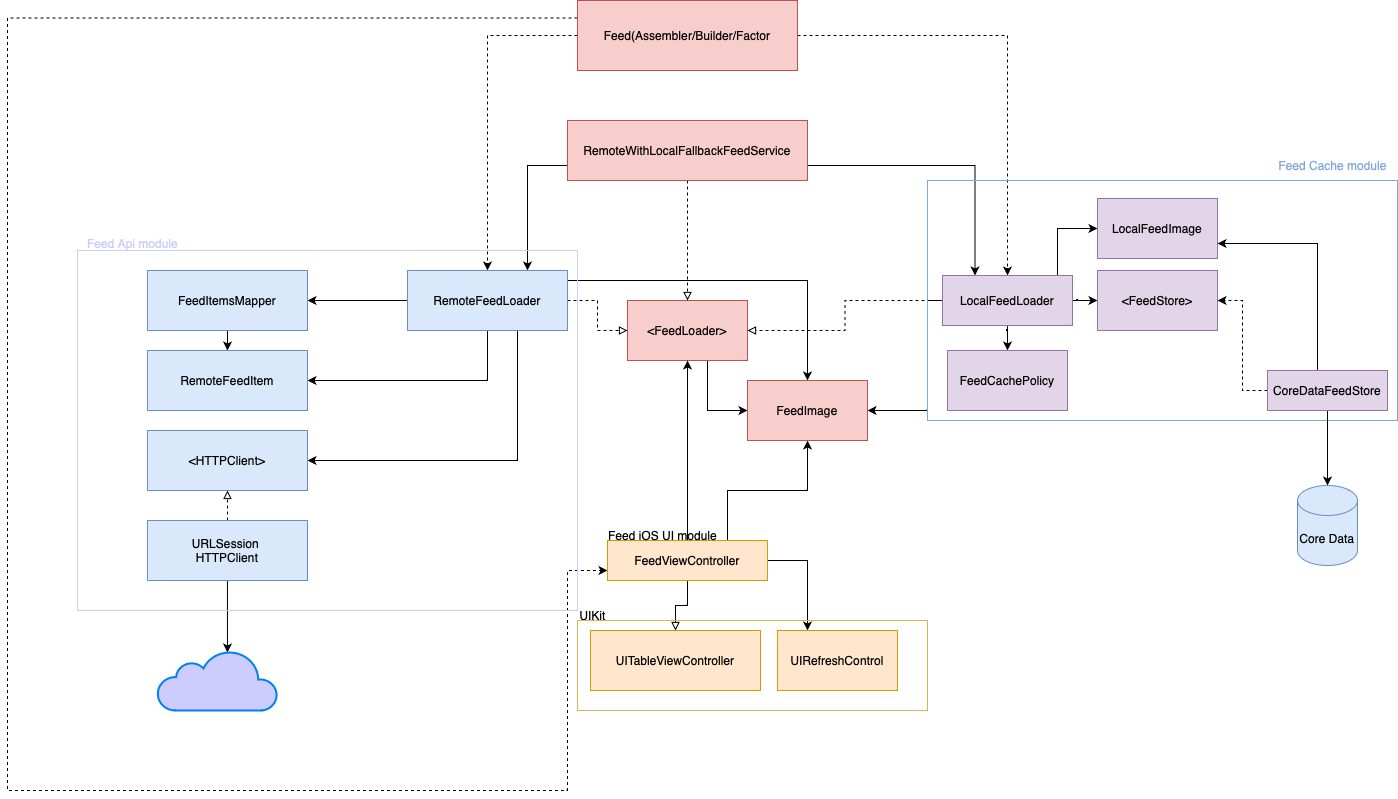
The draw.io diagram Diagrams/Feed Module+MVC UI Diagram.drawio.png in Galih94/EssentialFeed, before a commit. Source tidied: cells renumbered, new cells last; positions are measured from the earlier drawing's top-left corner, leaving out a move shared by most shapes.
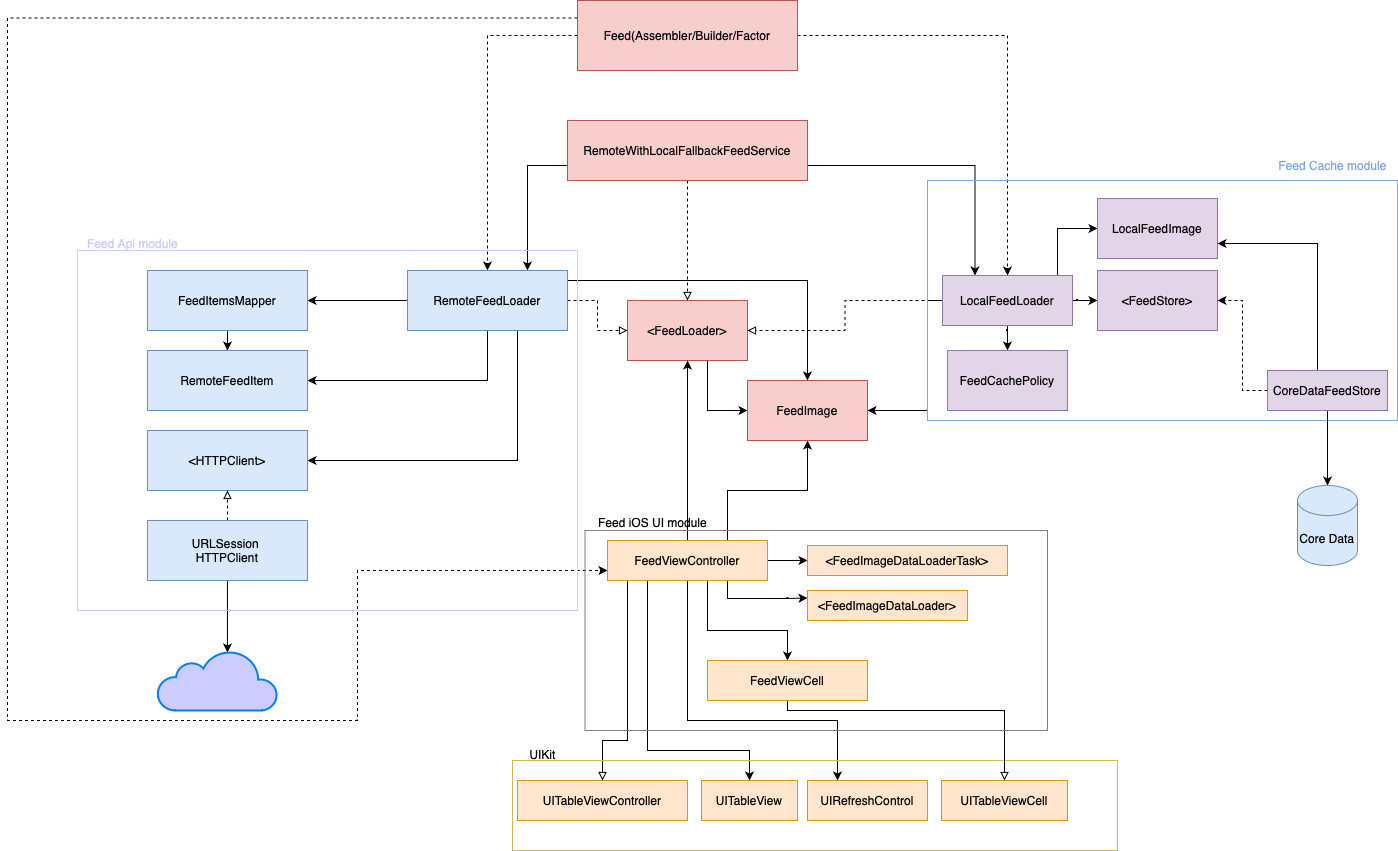
The same file after the commit.

The edit, as a diff of the source:
```diff
@@ -22,9 +22,9 @@
       <mxGeometry relative="1" as="geometry">
         <Array as="points">
           <mxPoint y="18" />
-          <mxPoint y="790" />
-          <mxPoint x="560" y="790" />
-          <mxPoint x="560" y="570" />
+          <mxPoint y="720" />
+          <mxPoint x="350" y="720" />
+          <mxPoint x="350" y="570" />
         </Array>
       </mxGeometry>
     </mxCell>
@@ -105,20 +105,57 @@
       <mxGeometry x="935" y="275" width="130" height="50" as="geometry" />
     </mxCell>
     <mxCell id="24" value="UITableViewController" style="rounded=0;whiteSpace=wrap;html=1;fillColor=#ffe6cc;strokeColor=#d79b00;" parent="1" vertex="1">
-      <mxGeometry x="583" y="630" width="170" height="60" as="geometry" />
+      <mxGeometry x="510" y="780" width="170" height="40" as="geometry" />
     </mxCell>
     <mxCell id="25" style="edgeStyle=orthogonalEdgeStyle;rounded=0;jettySize=auto;html=1;entryX=0.5;entryY=0;entryDx=0;entryDy=0;endArrow=block;endFill=0;" parent="1" edge="1" source="29" target="24">
-      <mxGeometry relative="1" as="geometry" />
+      <mxGeometry relative="1" as="geometry">
+        <Array as="points">
+          <mxPoint x="620" y="740" />
+          <mxPoint x="595" y="740" />
+        </Array>
+      </mxGeometry>
     </mxCell>
     <mxCell id="26" style="edgeStyle=orthogonalEdgeStyle;rounded=0;jettySize=auto;html=1;entryX=0.5;entryY=1;entryDx=0;entryDy=0;" parent="1" edge="1" source="29" target="3">
       <mxGeometry relative="1" as="geometry" />
     </mxCell>
     <mxCell id="27" style="edgeStyle=orthogonalEdgeStyle;rounded=0;jettySize=auto;html=1;entryX=0.25;entryY=0;entryDx=0;entryDy=0;" parent="1" edge="1" source="29" target="51">
-      <mxGeometry relative="1" as="geometry" />
+      <mxGeometry relative="1" as="geometry">
+        <Array as="points">
+          <mxPoint x="680" y="720" />
+          <mxPoint x="830" y="720" />
+        </Array>
+      </mxGeometry>
     </mxCell>
     <mxCell id="28" style="edgeStyle=orthogonalEdgeStyle;rounded=0;jettySize=auto;html=1;exitX=0.75;exitY=0;exitDx=0;exitDy=0;" parent="1" edge="1" source="29" target="43">
       <mxGeometry relative="1" as="geometry" />
     </mxCell>
+    <mxCell id="55" style="edgeStyle=orthogonalEdgeStyle;rounded=0;jettySize=auto;html=1;" parent="1" edge="1" source="29" target="59">
+      <mxGeometry relative="1" as="geometry">
+        <Array as="points">
+          <mxPoint x="640" y="750" />
+          <mxPoint x="742" y="750" />
+        </Array>
+      </mxGeometry>
+    </mxCell>
+    <mxCell id="56" style="edgeStyle=orthogonalEdgeStyle;rounded=0;jettySize=auto;html=1;" parent="1" edge="1" source="29" target="62">
+      <mxGeometry relative="1" as="geometry">
+        <Array as="points">
+          <mxPoint x="700" y="630" />
+          <mxPoint x="780" y="630" />
+        </Array>
+      </mxGeometry>
+    </mxCell>
+    <mxCell id="57" style="edgeStyle=orthogonalEdgeStyle;rounded=0;jettySize=auto;html=1;entryX=0;entryY=0.25;entryDx=0;entryDy=0;" parent="1" edge="1" source="29" target="63">
+      <mxGeometry relative="1" as="geometry">
+        <Array as="points">
+          <mxPoint x="720" y="598" />
+          <mxPoint x="780" y="598" />
+        </Array>
+      </mxGeometry>
+    </mxCell>
+    <mxCell id="58" style="edgeStyle=orthogonalEdgeStyle;rounded=0;jettySize=auto;html=1;" parent="1" edge="1" source="29" target="64">
+      <mxGeometry relative="1" as="geometry" />
+    </mxCell>
     <mxCell id="29" value="FeedViewController" style="rounded=0;whiteSpace=wrap;html=1;fillColor=#ffe6cc;strokeColor=#d79b00;" parent="1" vertex="1">
       <mxGeometry x="600" y="540" width="160" height="40" as="geometry" />
     </mxCell>
@@ -190,16 +227,42 @@
       <mxGeometry x="1290" y="485" width="60" height="80" as="geometry" />
     </mxCell>
     <mxCell id="51" value="UIRefreshControl" style="rounded=0;whiteSpace=wrap;html=1;fillColor=#ffe6cc;strokeColor=#d79b00;" parent="1" vertex="1">
-      <mxGeometry x="770" y="630" width="120" height="60" as="geometry" />
+      <mxGeometry x="800" y="780" width="120" height="40" as="geometry" />
     </mxCell>
     <mxCell id="52" value="Feed iOS UI module" style="text;html=1;align=center;verticalAlign=middle;strokeColor=none;fillColor=none;" parent="1" vertex="1">
-      <mxGeometry x="590" y="520" width="130" height="30" as="geometry" />
+      <mxGeometry x="580" y="507" width="130" height="30" as="geometry" />
     </mxCell>
     <mxCell id="53" value="UIKit" style="text;html=1;align=center;verticalAlign=middle;strokeColor=none;fillColor=none;" parent="1" vertex="1">
-      <mxGeometry x="560" y="600" width="50" height="30" as="geometry" />
+      <mxGeometry x="510" y="739" width="50" height="30" as="geometry" />
     </mxCell>
     <mxCell id="54" style="rounded=0;whiteSpace=wrap;html=1;fillColor=none;strokeColor=#D6B656;" parent="1" vertex="1">
-      <mxGeometry x="570" y="620" width="350" height="90" as="geometry" />
+      <mxGeometry x="505" y="760" width="605" height="90" as="geometry" />
     </mxCell>
+    <mxCell id="59" value="UITableView&lt;br&gt;" style="rounded=0;whiteSpace=wrap;html=1;fillColor=#ffe6cc;strokeColor=#d79b00;" parent="1" vertex="1">
+      <mxGeometry x="694" y="780" width="96" height="40" as="geometry" />
+    </mxCell>
+    <mxCell id="60" value="UITableViewCell&lt;br&gt;" style="rounded=0;whiteSpace=wrap;html=1;fillColor=#ffe6cc;strokeColor=#d79b00;" parent="1" vertex="1">
+      <mxGeometry x="934" y="780" width="126" height="40" as="geometry" />
+    </mxCell>
+    <mxCell id="61" style="edgeStyle=orthogonalEdgeStyle;rounded=0;jettySize=auto;html=1;endArrow=block;endFill=0;" parent="1" edge="1" source="62" target="60">
+      <mxGeometry relative="1" as="geometry">
+        <Array as="points">
+          <mxPoint x="780" y="710" />
+          <mxPoint x="997" y="710" />
+        </Array>
+      </mxGeometry>
+    </mxCell>
+    <mxCell id="62" value="FeedViewCell&lt;br&gt;" style="rounded=0;whiteSpace=wrap;html=1;fillColor=#ffe6cc;strokeColor=#d79b00;" parent="1" vertex="1">
+      <mxGeometry x="700" y="660" width="160" height="40" as="geometry" />
+    </mxCell>
+    <mxCell id="63" value="&amp;lt;FeedImageDataLoader&amp;gt;" style="rounded=0;whiteSpace=wrap;html=1;fillColor=#ffe6cc;strokeColor=#d79b00;" parent="1" vertex="1">
+      <mxGeometry x="800" y="590" width="160" height="30" as="geometry" />
+    </mxCell>
+    <mxCell id="64" value="&amp;lt;FeedImageDataLoaderTask&amp;gt;" style="rounded=0;whiteSpace=wrap;html=1;fillColor=#ffe6cc;strokeColor=#d79b00;" parent="1" vertex="1">
+      <mxGeometry x="800" y="545" width="200" height="30" as="geometry" />
+    </mxCell>
+    <mxCell id="65" style="rounded=0;whiteSpace=wrap;html=1;fillColor=none;strokeColor=#808080;" parent="1" vertex="1">
+      <mxGeometry x="577.5" y="530" width="462.5" height="200" as="geometry" />
+    </mxCell>
   </root>
 </mxGraphModel>
```
